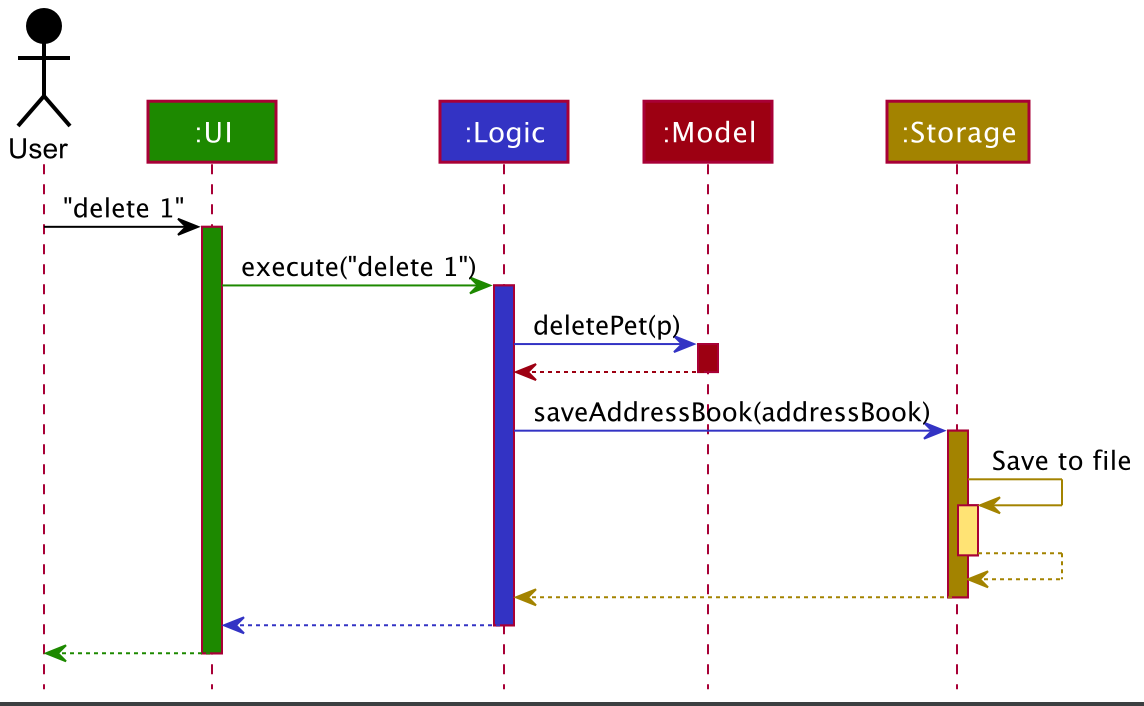
Above: docs/images/ArchitectureSequenceDiagram.png in nus-cs2103-AY2122S2/tp (PlantUML), before the change. Its source is kept beside it as docs/diagrams/ArchitectureSequenceDiagram.puml. Its diagram source:
```plantuml
@startuml
!include style.puml

Actor User as user USER_COLOR
Participant ":UI" as ui UI_COLOR
Participant ":Logic" as logic LOGIC_COLOR
Participant ":Model" as model MODEL_COLOR
Participant ":Storage" as storage STORAGE_COLOR

user -[USER_COLOR]> ui : "delete 1"
activate ui UI_COLOR

ui -[UI_COLOR]> logic : execute("delete 1")
activate logic LOGIC_COLOR

logic -[LOGIC_COLOR]> model : deletePet(p)
activate model MODEL_COLOR

model -[MODEL_COLOR]-> logic
deactivate model

logic -[LOGIC_COLOR]> storage : saveAddressBook(addressBook)
activate storage STORAGE_COLOR

storage -[STORAGE_COLOR]> storage : Save to file
activate storage STORAGE_COLOR_T1
storage --[STORAGE_COLOR]> storage
deactivate storage

storage --[STORAGE_COLOR]> logic
deactivate storage

logic --[LOGIC_COLOR]> ui
deactivate logic

ui--[UI_COLOR]> user
deactivate ui
@enduml
```
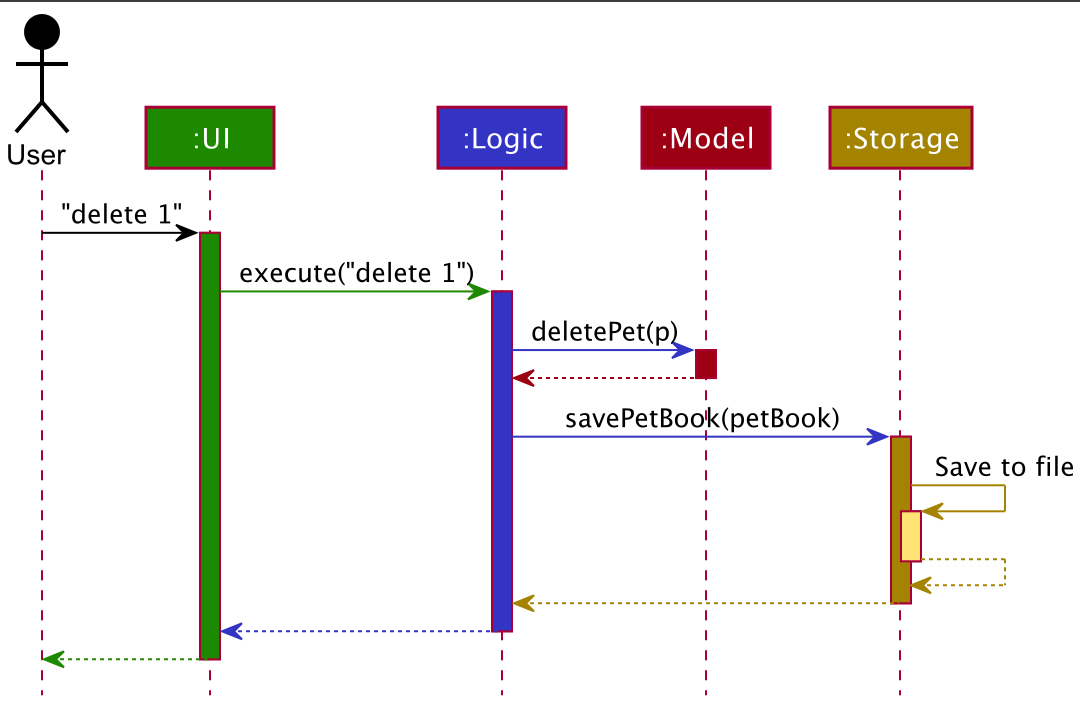
Later version of the same file.

The edit, as a diff of the source:
```diff
@@ -19,7 +19,7 @@
 model -[MODEL_COLOR]-> logic
 deactivate model
 
-logic -[LOGIC_COLOR]> storage : saveAddressBook(addressBook)
+logic -[LOGIC_COLOR]> storage : savePetBook(petBook)
 activate storage STORAGE_COLOR
 
 storage -[STORAGE_COLOR]> storage : Save to file
```
